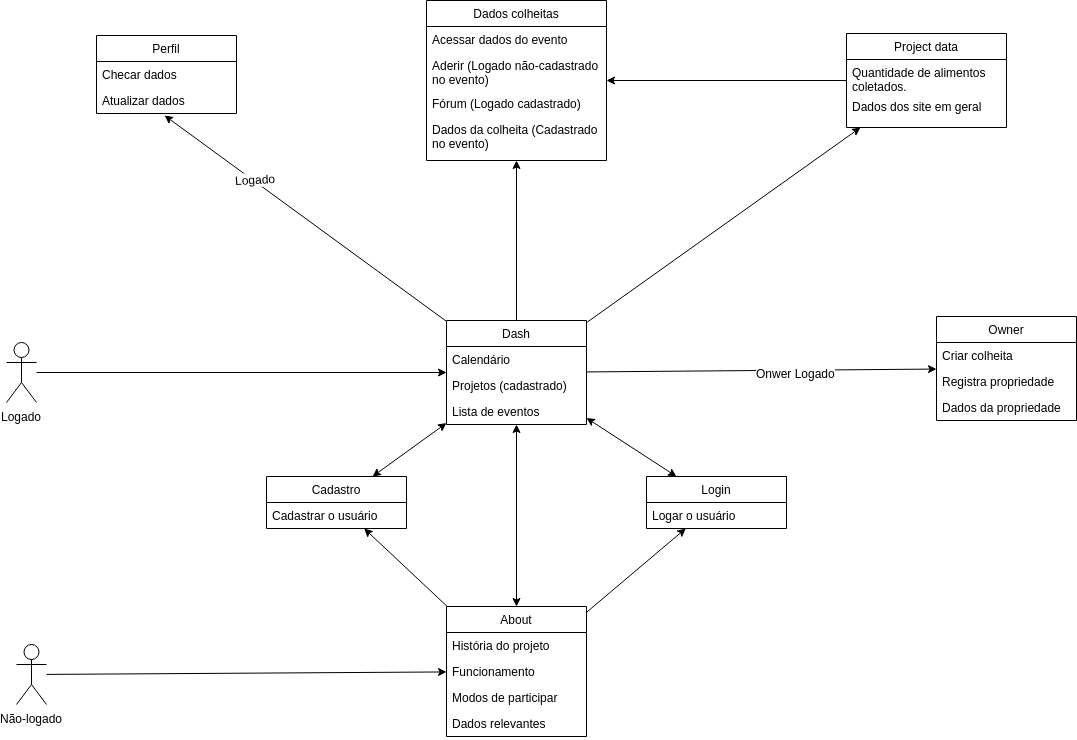
fga-eps-mds/2019.2-Acacia keeps this draw.io diagram as docs/Images/LowFidelityPrototype.png. Above is the earlier version. Source tidied: cells renumbered, new cells last; positions are measured from the earlier drawing's top-left corner, leaving out a move shared by most shapes. The source it was exported from:
```xml
<mxGraphModel>
  <root>
    <mxCell id="0" />
    <mxCell id="1" parent="0" />
    <mxCell id="2" value="Dash" style="swimlane;fontStyle=0;horizontal=1;startSize=26;fillColor=none;" parent="1" vertex="1">
      <mxGeometry x="440" y="320" width="140" height="104" as="geometry" />
    </mxCell>
    <mxCell id="3" value="Calendário " style="text;strokeColor=none;fillColor=none;align=left;verticalAlign=top;spacingLeft=4;spacingRight=4;overflow=hidden;" parent="2" vertex="1">
      <mxGeometry y="26" width="140" height="26" as="geometry" />
    </mxCell>
    <mxCell id="4" value="Projetos (cadastrado)" style="text;strokeColor=none;fillColor=none;align=left;verticalAlign=top;spacingLeft=4;spacingRight=4;overflow=hidden;" parent="2" vertex="1">
      <mxGeometry y="52" width="140" height="26" as="geometry" />
    </mxCell>
    <mxCell id="5" value="Lista de eventos" style="text;strokeColor=none;fillColor=none;align=left;verticalAlign=top;spacingLeft=4;spacingRight=4;overflow=hidden;" parent="2" vertex="1">
      <mxGeometry y="78" width="140" height="26" as="geometry" />
    </mxCell>
    <mxCell id="6" value="Login" style="swimlane;fontStyle=0;horizontal=1;startSize=26;fillColor=none;" parent="1" vertex="1">
      <mxGeometry x="640" y="476" width="140" height="52" as="geometry" />
    </mxCell>
    <mxCell id="7" value="Logar o usuário" style="text;strokeColor=none;fillColor=none;align=left;verticalAlign=top;spacingLeft=4;spacingRight=4;overflow=hidden;" parent="6" vertex="1">
      <mxGeometry y="26" width="140" height="26" as="geometry" />
    </mxCell>
    <mxCell id="8" value="Perfil" style="swimlane;fontStyle=0;horizontal=1;startSize=26;fillColor=none;" parent="1" vertex="1">
      <mxGeometry x="90" y="35" width="140" height="78" as="geometry" />
    </mxCell>
    <mxCell id="9" value="Checar dados" style="text;strokeColor=none;fillColor=none;align=left;verticalAlign=top;spacingLeft=4;spacingRight=4;overflow=hidden;" parent="8" vertex="1">
      <mxGeometry y="26" width="140" height="26" as="geometry" />
    </mxCell>
    <mxCell id="10" value="Atualizar dados" style="text;strokeColor=none;fillColor=none;align=left;verticalAlign=top;spacingLeft=4;spacingRight=4;overflow=hidden;points=[[0,0.5],[1,0.5]];portConstraint=eastwest;" parent="8" vertex="1">
      <mxGeometry y="52" width="140" height="26" as="geometry" />
    </mxCell>
    <mxCell id="11" style="endArrow=classic;html=1;entryX=0.486;entryY=1.077;entryDx=0;entryDy=0;entryPerimeter=0;" parent="1" edge="1" source="2" target="10">
      <mxGeometry relative="1" as="geometry" />
    </mxCell>
    <mxCell id="12" value="Logado" style="text;html=1;align=center;verticalAlign=middle;labelBackgroundColor=#ffffff;rotation=357;" parent="11" vertex="1">
      <mxGeometry x="0.37" y="-2" relative="1" as="geometry" />
    </mxCell>
    <mxCell id="13" value="Dados colheitas" style="swimlane;fontStyle=0;horizontal=1;startSize=26;fillColor=none;" parent="1" vertex="1">
      <mxGeometry x="420" width="180" height="160" as="geometry" />
    </mxCell>
    <mxCell id="14" value="Acessar dados do evento" style="text;strokeColor=none;fillColor=none;align=left;verticalAlign=top;spacingLeft=4;spacingRight=4;overflow=hidden;" parent="13" vertex="1">
      <mxGeometry y="26" width="180" height="26" as="geometry" />
    </mxCell>
    <mxCell id="15" value="Aderir (Logado não-cadastrado&#10;no evento)&#10;" style="text;strokeColor=none;fillColor=none;align=left;verticalAlign=top;spacingLeft=4;spacingRight=4;overflow=hidden;" parent="13" vertex="1">
      <mxGeometry y="52" width="180" height="38" as="geometry" />
    </mxCell>
    <mxCell id="16" value="Fórum (Logado cadastrado)" style="text;strokeColor=none;fillColor=none;align=left;verticalAlign=top;spacingLeft=4;spacingRight=4;overflow=hidden;" parent="13" vertex="1">
      <mxGeometry y="90" width="180" height="26" as="geometry" />
    </mxCell>
    <mxCell id="17" value="Dados da colheita (Cadastrado&#10;no evento)" style="text;strokeColor=none;fillColor=none;align=left;verticalAlign=top;spacingLeft=4;spacingRight=4;overflow=hidden;" parent="13" vertex="1">
      <mxGeometry y="116" width="180" height="44" as="geometry" />
    </mxCell>
    <mxCell id="18" style="endArrow=classic;html=1;" parent="1" edge="1" source="2" target="13">
      <mxGeometry relative="1" as="geometry" />
    </mxCell>
    <mxCell id="19" value="Owner" style="swimlane;fontStyle=0;horizontal=1;startSize=26;fillColor=none;" parent="1" vertex="1">
      <mxGeometry x="930" y="316" width="140" height="104" as="geometry" />
    </mxCell>
    <mxCell id="20" value="Criar colheita" style="text;strokeColor=none;fillColor=none;align=left;verticalAlign=top;spacingLeft=4;spacingRight=4;overflow=hidden;" parent="19" vertex="1">
      <mxGeometry y="26" width="140" height="26" as="geometry" />
    </mxCell>
    <mxCell id="21" value="Registra propriedade" style="text;strokeColor=none;fillColor=none;align=left;verticalAlign=top;spacingLeft=4;spacingRight=4;overflow=hidden;" parent="19" vertex="1">
      <mxGeometry y="52" width="140" height="26" as="geometry" />
    </mxCell>
    <mxCell id="22" value="Dados da propriedade" style="text;strokeColor=none;fillColor=none;align=left;verticalAlign=top;spacingLeft=4;spacingRight=4;overflow=hidden;" parent="19" vertex="1">
      <mxGeometry y="78" width="140" height="26" as="geometry" />
    </mxCell>
    <mxCell id="23" style="endArrow=classic;html=1;" parent="1" edge="1" source="2" target="19">
      <mxGeometry relative="1" as="geometry" />
    </mxCell>
    <mxCell id="24" value="Onwer Logado" style="text;html=1;align=center;verticalAlign=middle;labelBackgroundColor=#ffffff;" parent="23" vertex="1">
      <mxGeometry x="0.19" y="-3" relative="1" as="geometry" />
    </mxCell>
    <mxCell id="25" value="About" style="swimlane;fontStyle=0;horizontal=1;startSize=26;fillColor=none;" parent="1" vertex="1">
      <mxGeometry x="440" y="606" width="140" height="130" as="geometry" />
    </mxCell>
    <mxCell id="26" value="História do projeto" style="text;strokeColor=none;fillColor=none;align=left;verticalAlign=top;spacingLeft=4;spacingRight=4;overflow=hidden;" parent="25" vertex="1">
      <mxGeometry y="26" width="140" height="26" as="geometry" />
    </mxCell>
    <mxCell id="27" value="Funcionamento" style="text;strokeColor=none;fillColor=none;align=left;verticalAlign=top;spacingLeft=4;spacingRight=4;overflow=hidden;" parent="25" vertex="1">
      <mxGeometry y="52" width="140" height="26" as="geometry" />
    </mxCell>
    <mxCell id="28" value="Modos de participar" style="text;strokeColor=none;fillColor=none;align=left;verticalAlign=top;spacingLeft=4;spacingRight=4;overflow=hidden;" parent="25" vertex="1">
      <mxGeometry y="78" width="140" height="26" as="geometry" />
    </mxCell>
    <mxCell id="29" value="Dados relevantes" style="text;strokeColor=none;fillColor=none;align=left;verticalAlign=top;spacingLeft=4;spacingRight=4;overflow=hidden;" parent="25" vertex="1">
      <mxGeometry y="104" width="140" height="26" as="geometry" />
    </mxCell>
    <mxCell id="30" value="Logado" style="shape=umlActor;verticalLabelPosition=bottom;labelBackgroundColor=#ffffff;verticalAlign=top;html=1;outlineConnect=0;" parent="1" vertex="1">
      <mxGeometry y="342" width="30" height="60" as="geometry" />
    </mxCell>
    <mxCell id="31" value="Não-logado" style="shape=umlActor;verticalLabelPosition=bottom;labelBackgroundColor=#ffffff;verticalAlign=top;html=1;outlineConnect=0;" parent="1" vertex="1">
      <mxGeometry x="10" y="644" width="30" height="60" as="geometry" />
    </mxCell>
    <mxCell id="32" style="endArrow=classic;html=1;" parent="1" edge="1" source="30" target="2">
      <mxGeometry relative="1" as="geometry" />
    </mxCell>
    <mxCell id="33" style="endArrow=classic;html=1;" parent="1" edge="1" source="31" target="25">
      <mxGeometry relative="1" as="geometry" />
    </mxCell>
    <mxCell id="34" style="endArrow=classic;html=1;" parent="1" edge="1" source="25" target="6">
      <mxGeometry relative="1" as="geometry" />
    </mxCell>
    <mxCell id="35" style="endArrow=classic;startArrow=classic;html=1;" parent="1" edge="1" source="25" target="2">
      <mxGeometry relative="1" as="geometry" />
    </mxCell>
    <mxCell id="36" style="endArrow=classic;startArrow=classic;html=1;" parent="1" edge="1" source="2" target="6">
      <mxGeometry relative="1" as="geometry" />
    </mxCell>
    <mxCell id="37" value="Cadastro" style="swimlane;fontStyle=0;horizontal=1;startSize=26;fillColor=none;" parent="1" vertex="1">
      <mxGeometry x="260" y="476" width="140" height="52" as="geometry" />
    </mxCell>
    <mxCell id="38" value="Cadastrar o usuário" style="text;strokeColor=none;fillColor=none;align=left;verticalAlign=top;spacingLeft=4;spacingRight=4;overflow=hidden;" parent="37" vertex="1">
      <mxGeometry y="26" width="140" height="26" as="geometry" />
    </mxCell>
    <mxCell id="39" style="endArrow=classic;startArrow=classic;html=1;" parent="1" edge="1" source="37" target="2">
      <mxGeometry relative="1" as="geometry" />
    </mxCell>
    <mxCell id="40" style="endArrow=classic;html=1;" parent="1" edge="1" source="25" target="37">
      <mxGeometry relative="1" as="geometry" />
    </mxCell>
    <mxCell id="41" value="Project data" style="swimlane;fontStyle=0;horizontal=1;startSize=26;fillColor=none;" parent="1" vertex="1">
      <mxGeometry x="840" y="33" width="160" height="94" as="geometry" />
    </mxCell>
    <mxCell id="42" value="Quantidade de alimentos&#10;coletados." style="text;strokeColor=none;fillColor=none;align=left;verticalAlign=top;spacingLeft=4;spacingRight=4;overflow=hidden;" parent="41" vertex="1">
      <mxGeometry y="26" width="160" height="34" as="geometry" />
    </mxCell>
    <mxCell id="43" value="Dados dos site em geral" style="text;strokeColor=none;fillColor=none;align=left;verticalAlign=top;spacingLeft=4;spacingRight=4;overflow=hidden;" parent="41" vertex="1">
      <mxGeometry y="60" width="160" height="34" as="geometry" />
    </mxCell>
    <mxCell id="44" style="endArrow=classic;html=1;" parent="1" edge="1" source="2" target="41">
      <mxGeometry relative="1" as="geometry" />
    </mxCell>
    <mxCell id="45" style="endArrow=classic;html=1;" parent="1" edge="1" source="41" target="13">
      <mxGeometry relative="1" as="geometry" />
    </mxCell>
  </root>
</mxGraphModel>
```
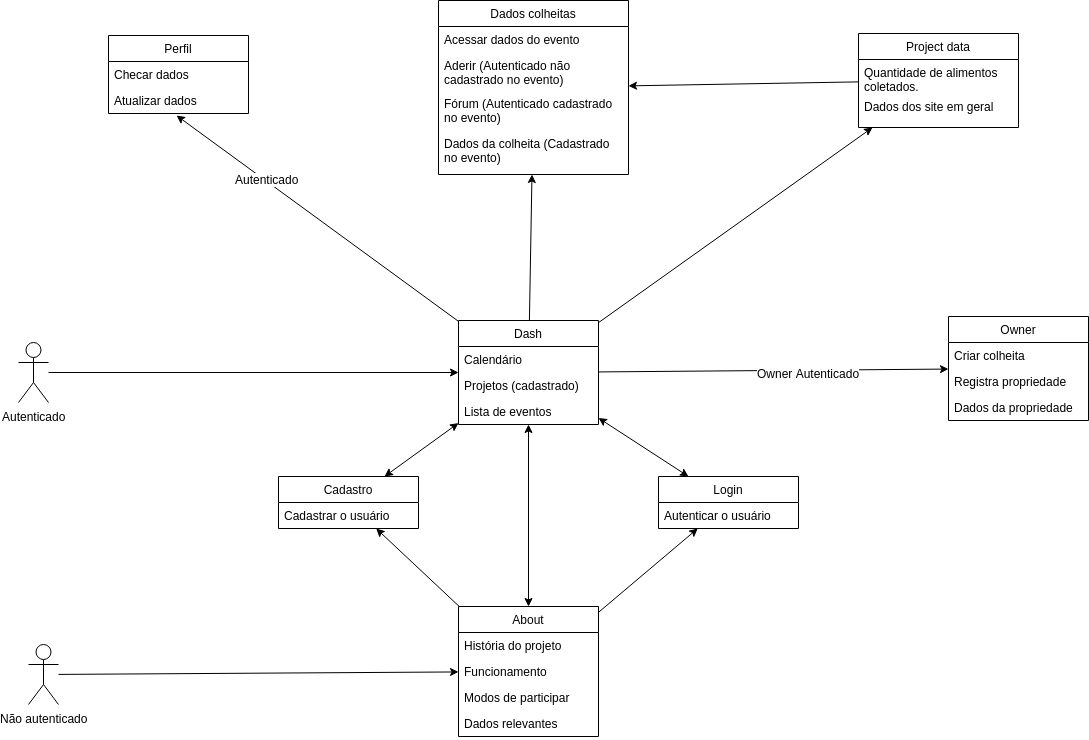
The same file after the commit.

Commit message:
#18 Review user flow text

Change to the diagram source:
```diff
@@ -17,7 +17,7 @@
     <mxCell id="6" value="Login" style="swimlane;fontStyle=0;horizontal=1;startSize=26;fillColor=none;" parent="1" vertex="1">
       <mxGeometry x="640" y="476" width="140" height="52" as="geometry" />
     </mxCell>
-    <mxCell id="7" value="Logar o usuário" style="text;strokeColor=none;fillColor=none;align=left;verticalAlign=top;spacingLeft=4;spacingRight=4;overflow=hidden;" parent="6" vertex="1">
+    <mxCell id="7" value="Autenticar o usuário" style="text;strokeColor=none;fillColor=none;align=left;verticalAlign=top;spacingLeft=4;spacingRight=4;overflow=hidden;" parent="6" vertex="1">
       <mxGeometry y="26" width="140" height="26" as="geometry" />
     </mxCell>
     <mxCell id="8" value="Perfil" style="swimlane;fontStyle=0;horizontal=1;startSize=26;fillColor=none;" parent="1" vertex="1">
@@ -32,23 +32,23 @@
     <mxCell id="11" style="endArrow=classic;html=1;entryX=0.486;entryY=1.077;entryDx=0;entryDy=0;entryPerimeter=0;" parent="1" edge="1" source="2" target="10">
       <mxGeometry relative="1" as="geometry" />
     </mxCell>
-    <mxCell id="12" value="Logado" style="text;html=1;align=center;verticalAlign=middle;labelBackgroundColor=#ffffff;rotation=357;" parent="11" vertex="1">
+    <mxCell id="12" value="Autenticado&lt;br&gt;" style="text;html=1;align=center;verticalAlign=middle;labelBackgroundColor=#ffffff;rotation=0;" parent="11" vertex="1">
       <mxGeometry x="0.37" y="-2" relative="1" as="geometry" />
     </mxCell>
     <mxCell id="13" value="Dados colheitas" style="swimlane;fontStyle=0;horizontal=1;startSize=26;fillColor=none;" parent="1" vertex="1">
-      <mxGeometry x="420" width="180" height="160" as="geometry" />
+      <mxGeometry x="420" width="190" height="174" as="geometry" />
     </mxCell>
     <mxCell id="14" value="Acessar dados do evento" style="text;strokeColor=none;fillColor=none;align=left;verticalAlign=top;spacingLeft=4;spacingRight=4;overflow=hidden;" parent="13" vertex="1">
-      <mxGeometry y="26" width="180" height="26" as="geometry" />
+      <mxGeometry y="26" width="190" height="26" as="geometry" />
     </mxCell>
-    <mxCell id="15" value="Aderir (Logado não-cadastrado&#10;no evento)&#10;" style="text;strokeColor=none;fillColor=none;align=left;verticalAlign=top;spacingLeft=4;spacingRight=4;overflow=hidden;" parent="13" vertex="1">
-      <mxGeometry y="52" width="180" height="38" as="geometry" />
+    <mxCell id="15" value="Aderir (Autenticado não &#10;cadastrado no evento)&#10;" style="text;strokeColor=none;fillColor=none;align=left;verticalAlign=top;spacingLeft=4;spacingRight=4;overflow=hidden;" parent="13" vertex="1">
+      <mxGeometry y="52" width="190" height="38" as="geometry" />
     </mxCell>
-    <mxCell id="16" value="Fórum (Logado cadastrado)" style="text;strokeColor=none;fillColor=none;align=left;verticalAlign=top;spacingLeft=4;spacingRight=4;overflow=hidden;" parent="13" vertex="1">
-      <mxGeometry y="90" width="180" height="26" as="geometry" />
+    <mxCell id="16" value="Fórum (Autenticado cadastrado&#10;no evento)" style="text;strokeColor=none;fillColor=none;align=left;verticalAlign=top;spacingLeft=4;spacingRight=4;overflow=hidden;" parent="13" vertex="1">
+      <mxGeometry y="90" width="190" height="40" as="geometry" />
     </mxCell>
     <mxCell id="17" value="Dados da colheita (Cadastrado&#10;no evento)" style="text;strokeColor=none;fillColor=none;align=left;verticalAlign=top;spacingLeft=4;spacingRight=4;overflow=hidden;" parent="13" vertex="1">
-      <mxGeometry y="116" width="180" height="44" as="geometry" />
+      <mxGeometry y="130" width="190" height="44" as="geometry" />
     </mxCell>
     <mxCell id="18" style="endArrow=classic;html=1;" parent="1" edge="1" source="2" target="13">
       <mxGeometry relative="1" as="geometry" />
@@ -68,7 +68,7 @@
     <mxCell id="23" style="endArrow=classic;html=1;" parent="1" edge="1" source="2" target="19">
       <mxGeometry relative="1" as="geometry" />
     </mxCell>
-    <mxCell id="24" value="Onwer Logado" style="text;html=1;align=center;verticalAlign=middle;labelBackgroundColor=#ffffff;" parent="23" vertex="1">
+    <mxCell id="24" value="Owner Autenticado" style="text;html=1;align=center;verticalAlign=middle;labelBackgroundColor=#ffffff;" parent="23" vertex="1">
       <mxGeometry x="0.19" y="-3" relative="1" as="geometry" />
     </mxCell>
     <mxCell id="25" value="About" style="swimlane;fontStyle=0;horizontal=1;startSize=26;fillColor=none;" parent="1" vertex="1">
@@ -86,10 +86,10 @@
     <mxCell id="29" value="Dados relevantes" style="text;strokeColor=none;fillColor=none;align=left;verticalAlign=top;spacingLeft=4;spacingRight=4;overflow=hidden;" parent="25" vertex="1">
       <mxGeometry y="104" width="140" height="26" as="geometry" />
     </mxCell>
-    <mxCell id="30" value="Logado" style="shape=umlActor;verticalLabelPosition=bottom;labelBackgroundColor=#ffffff;verticalAlign=top;html=1;outlineConnect=0;" parent="1" vertex="1">
+    <mxCell id="30" value="Autenticado" style="shape=umlActor;verticalLabelPosition=bottom;labelBackgroundColor=#ffffff;verticalAlign=top;html=1;outlineConnect=0;" parent="1" vertex="1">
       <mxGeometry y="342" width="30" height="60" as="geometry" />
     </mxCell>
-    <mxCell id="31" value="Não-logado" style="shape=umlActor;verticalLabelPosition=bottom;labelBackgroundColor=#ffffff;verticalAlign=top;html=1;outlineConnect=0;" parent="1" vertex="1">
+    <mxCell id="31" value="Não autenticado" style="shape=umlActor;verticalLabelPosition=bottom;labelBackgroundColor=#ffffff;verticalAlign=top;html=1;outlineConnect=0;" parent="1" vertex="1">
       <mxGeometry x="10" y="644" width="30" height="60" as="geometry" />
     </mxCell>
     <mxCell id="32" style="endArrow=classic;html=1;" parent="1" edge="1" source="30" target="2">
```
